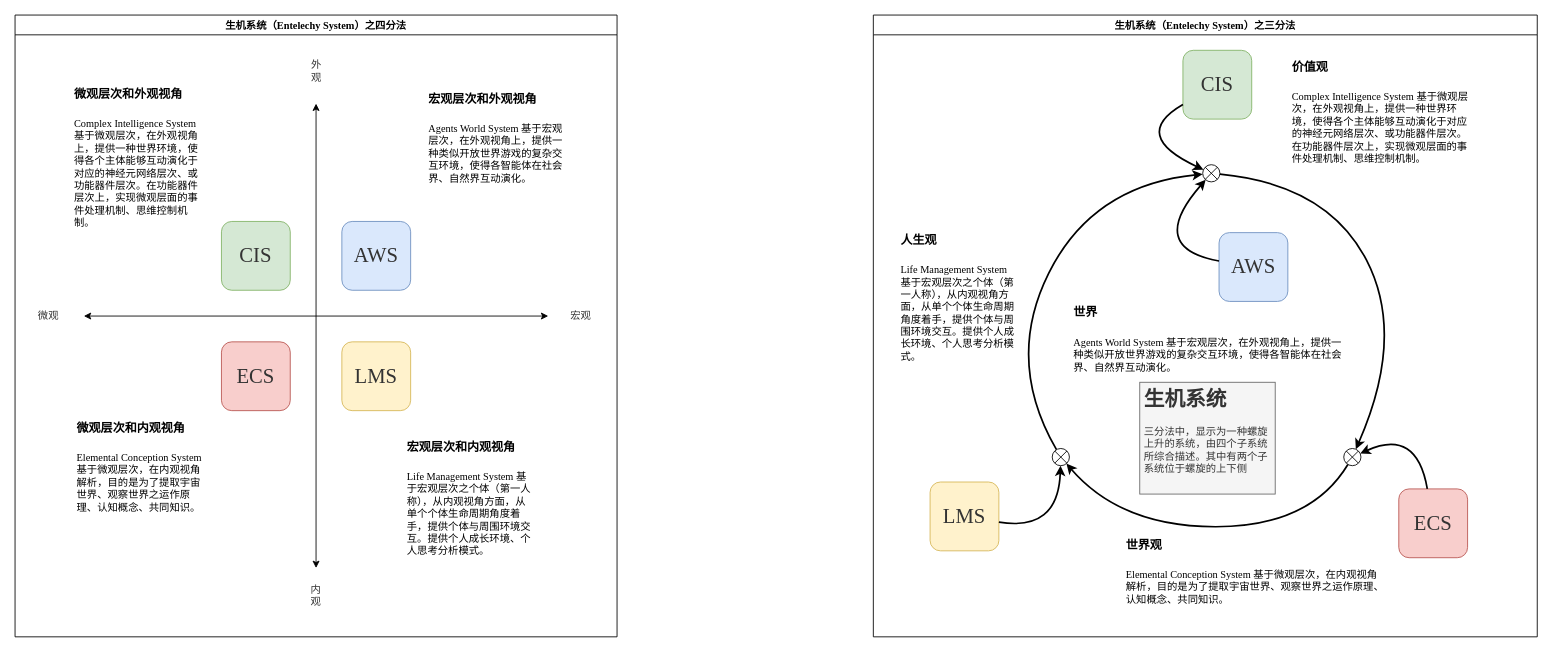
The draw.io diagram page "生机系统之总体框架" (1 of 2) of Theory/总体分析框架.drawio in EntelechySystem/EntelechySystem_theory, before the edit. Source tidied: cells renumbered, new cells numbered last; positions are measured from the earlier drawing's top-left corner, leaving out a move shared by most shapes. Both pictures are drawn from the tidied source at 86%, with x=0, y=0 at pixel (15, 15).
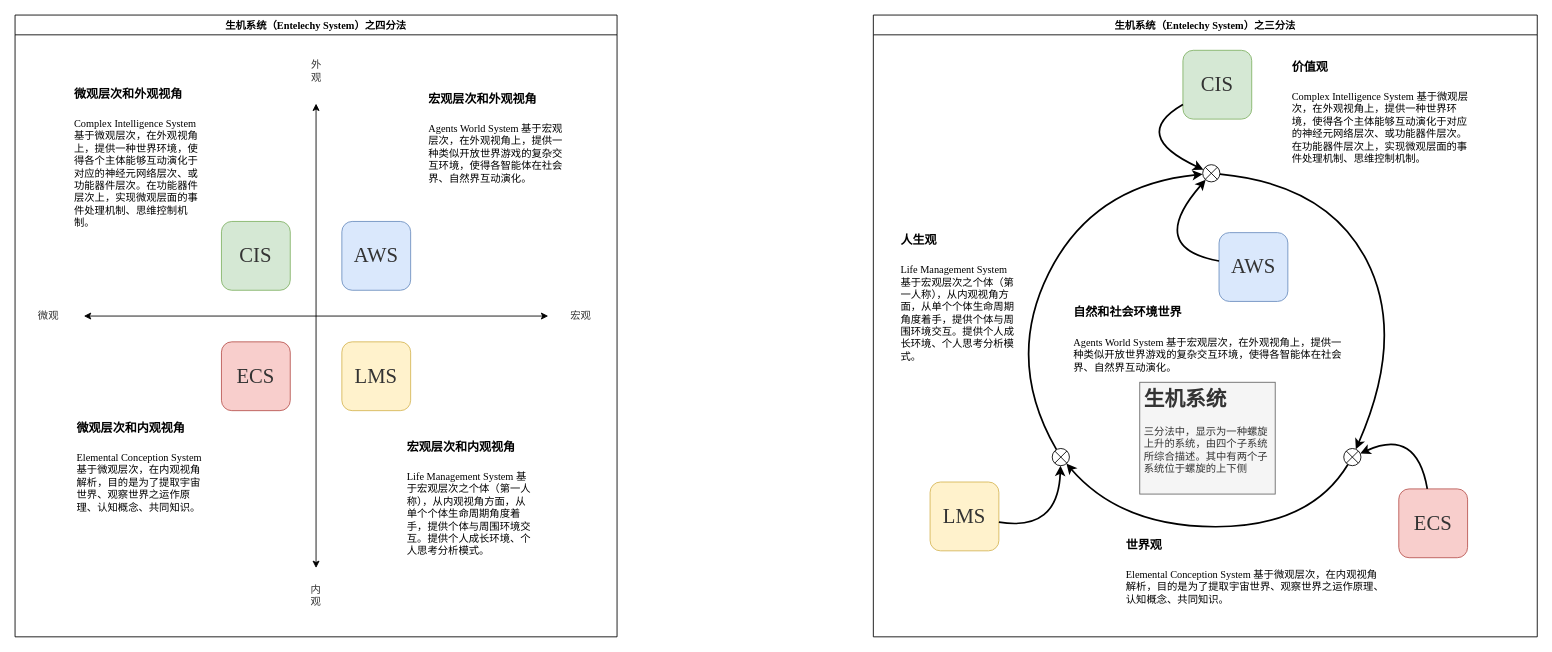
The same diagram, later.

Commit message:
Update 总体分析框架.drawio

The change refers to these unchanged cells:
```xml
<mxCell id="17" value="生机系统（Entelechy System）之三分法" style="swimlane;fontFamily=Times New Roman;fontSize=12;" parent="1" vertex="1">
  <mxGeometry x="998" width="772" height="723" as="geometry" />
</mxCell>
```

The edit, as a diff of the source:
```diff
@@
-    <mxCell id="18" value="&lt;h1&gt;&lt;span style=&quot;font-size: 14px;&quot;&gt;世界&lt;/span&gt;&lt;/h1&gt;&lt;h1&gt;&lt;p style=&quot;font-size: 12px; font-weight: 400;&quot;&gt;Agents World System 基于宏观层次，在外观视角上，提供一种类似开放世界游戏的复杂交互环境，使得各智能体在社会界、自然界互动演化。&lt;/p&gt;&lt;/h1&gt;" style="text;html=1;strokeColor=none;fillColor=none;spacing=5;spacingTop=-20;whiteSpace=wrap;overflow=hidden;rounded=0;fontFamily=Times New Roman;fontSize=12;" parent="17" vertex="1">
+    <mxCell id="18" value="&lt;h1&gt;&lt;span style=&quot;font-size: 14px;&quot;&gt;自然和社会环境世界&lt;/span&gt;&lt;/h1&gt;&lt;h1&gt;&lt;p style=&quot;font-size: 12px; font-weight: 400;&quot;&gt;Agents World System 基于宏观层次，在外观视角上，提供一种类似开放世界游戏的复杂交互环境，使得各智能体在社会界、自然界互动演化。&lt;/p&gt;&lt;/h1&gt;" style="text;html=1;strokeColor=none;fillColor=none;spacing=5;spacingTop=-20;whiteSpace=wrap;overflow=hidden;rounded=0;fontFamily=Times New Roman;fontSize=12;" parent="17" vertex="1">
       <mxGeometry x="228" y="323" width="321" height="104" as="geometry" />
     </mxCell>
```
